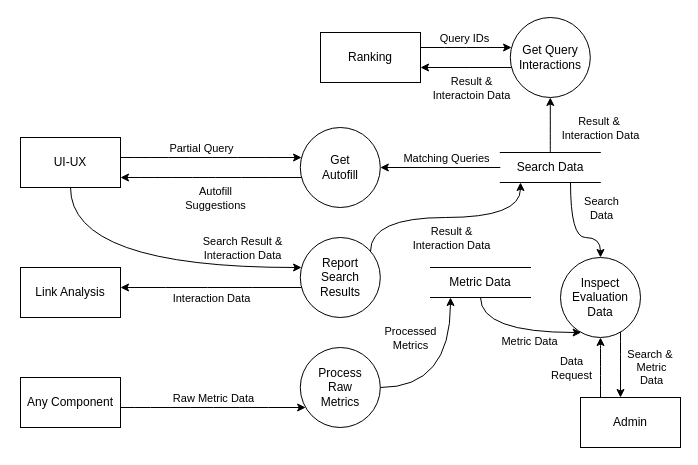
Before: Deliverable 2/DFDs/HighLevelDFD.drawio in justinottesen/LSPT-Evaluation, a draw.io diagram. Source tidied: cells renumbered, new cells numbered last; positions are measured from the earlier drawing's top-left corner, leaving out a move shared by most shapes. Both pictures are drawn from the tidied source at 100%, with x=0, y=0 at pixel (20, 17).
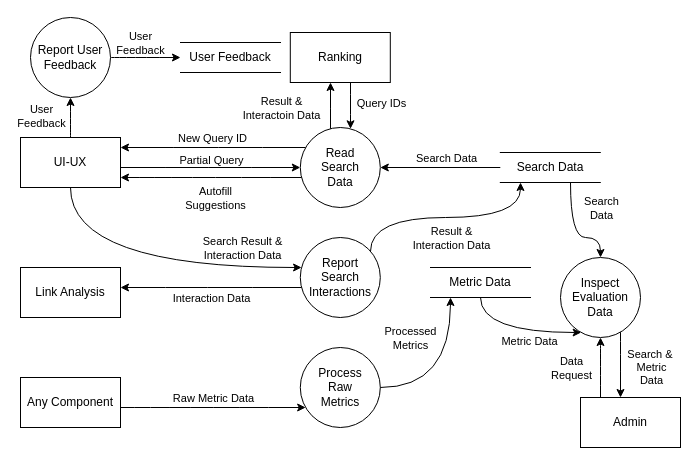
The same diagram, later.

Unchanged cells that the change refers to:
```xml
<mxCell id="2" value="UI-UX" style="rounded=0;whiteSpace=wrap;html=1;" parent="1" vertex="1">
  <mxGeometry y="120" width="100" height="50" as="geometry" />
</mxCell>
<mxCell id="6" value="Search Data" style="html=1;dashed=0;whiteSpace=wrap;shape=partialRectangle;right=0;left=0;" parent="1" vertex="1">
  <mxGeometry x="479.8" y="135" width="100" height="30" as="geometry" />
</mxCell>
<mxCell id="7" style="endArrow=classic;html=1;rounded=0;" parent="1" edge="1" source="6" target="3">
  <mxGeometry relative="1" as="geometry" />
</mxCell>
```

Diff of the diagram source:
```diff
@@
+    <mxCell id="44" style="edgeStyle=orthogonalEdgeStyle;curved=1;rounded=0;jettySize=auto;html=1;" parent="1" edge="1" source="2" target="51">
+      <mxGeometry relative="1" as="geometry" />
+    </mxCell>
+    <mxCell id="45" value="User&lt;div&gt;Feedback&lt;/div&gt;" style="edgeLabel;html=1;align=center;verticalAlign=middle;" parent="44" vertex="1">
+      <mxGeometry x="0.08" relative="1" as="geometry">
+        <mxPoint x="-30" as="offset" />
+      </mxGeometry>
+    </mxCell>
@@
+    <mxCell id="46" style="edgeStyle=orthogonalEdgeStyle;curved=1;rounded=0;jettySize=auto;html=1;" parent="1" edge="1" source="3" target="2">
+      <mxGeometry relative="1" as="geometry">
+        <Array as="points">
+          <mxPoint x="200" y="130" />
+          <mxPoint x="200" y="130" />
+        </Array>
+      </mxGeometry>
+    </mxCell>
+    <mxCell id="47" value="New Query ID" style="edgeLabel;html=1;align=center;verticalAlign=middle;" parent="46" vertex="1">
+      <mxGeometry x="-0.37" y="1" relative="1" as="geometry">
+        <mxPoint x="-36" y="-11" as="offset" />
+      </mxGeometry>
+    </mxCell>
-    <mxCell id="3" value="Get&lt;div&gt;Autofill&lt;/div&gt;" style="shape=ellipse;html=1;dashed=0;whiteSpace=wrap;perimeter=ellipsePerimeter;" parent="1" vertex="1">
+    <mxCell id="3" value="Read&lt;div&gt;Search&lt;/div&gt;&lt;div&gt;Data&lt;/div&gt;" style="shape=ellipse;html=1;dashed=0;whiteSpace=wrap;perimeter=ellipsePerimeter;" parent="1" vertex="1">
       <mxGeometry x="279.8" y="110" width="80" height="80" as="geometry" />
     </mxCell>
-    <mxCell id="4" style="edgeStyle=orthogonalEdgeStyle;curved=1;rounded=0;jettySize=auto;html=1;" parent="1" edge="1" source="6" target="40">
-      <mxGeometry relative="1" as="geometry">
-        <Array as="points">
-          <mxPoint x="530" y="50" />
-        </Array>
-      </mxGeometry>
-    </mxCell>
-    <mxCell id="5" value="Result &amp;amp;&amp;nbsp;&lt;div&gt;Interaction Data&lt;/div&gt;" style="edgeLabel;html=1;align=center;verticalAlign=middle;" parent="4" vertex="1">
-      <mxGeometry x="0.19" y="12" relative="1" as="geometry">
-        <mxPoint x="62" y="8" as="offset" />
-      </mxGeometry>
-    </mxCell>
@@
-    <mxCell id="8" value="Matching Queries" style="edgeLabel;html=1;align=center;verticalAlign=middle;" parent="7" vertex="1">
+    <mxCell id="8" value="Search Data" style="edgeLabel;html=1;align=center;verticalAlign=middle;" parent="7" vertex="1">
       <mxGeometry x="0.02" y="1" relative="1" as="geometry">
         <mxPoint x="7" y="-11" as="offset" />
       </mxGeometry>
     </mxCell>
     <mxCell id="9" style="curved=1;endArrow=classic;html=1;rounded=0;edgeStyle=orthogonalEdgeStyle;strokeColor=default;align=center;verticalAlign=middle;fontFamily=Helvetica;fontSize=11;fontColor=default;labelBackgroundColor=default;" parent="1" edge="1" source="2" target="3">
       <mxGeometry relative="1" as="geometry">
         <Array as="points">
-          <mxPoint x="150" y="140" />
-          <mxPoint x="150" y="140" />
+          <mxPoint x="190" y="150" />
+          <mxPoint x="190" y="150" />
         </Array>
       </mxGeometry>
     </mxCell>
     <mxCell id="10" value="Partial Query" style="edgeLabel;html=1;align=center;verticalAlign=middle;" parent="9" vertex="1">
       <mxGeometry x="-0.34" y="-1" relative="1" as="geometry">
-        <mxPoint x="20" y="-11" as="offset" />
+        <mxPoint x="31" y="-9" as="offset" />
       </mxGeometry>
     </mxCell>
@@
-    <mxCell id="13" value="Report&lt;div&gt;Search Results&lt;/div&gt;" style="shape=ellipse;html=1;dashed=0;whiteSpace=wrap;perimeter=ellipsePerimeter;" parent="1" vertex="1">
+    <mxCell id="13" value="Report&lt;div&gt;Search&lt;/div&gt;&lt;div&gt;Interactions&lt;/div&gt;" style="shape=ellipse;html=1;dashed=0;whiteSpace=wrap;perimeter=ellipsePerimeter;" parent="1" vertex="1">
       <mxGeometry x="279.8" y="220" width="80" height="80" as="geometry" />
     </mxCell>
@@
-    <mxCell id="38" style="edgeStyle=orthogonalEdgeStyle;curved=1;rounded=0;jettySize=auto;html=1;" parent="1" edge="1" source="40" target="43">
+    <mxCell id="38" style="edgeStyle=orthogonalEdgeStyle;curved=1;rounded=0;jettySize=auto;html=1;" parent="1" edge="1" source="3" target="43">
       <mxGeometry relative="1" as="geometry">
         <Array as="points">
-          <mxPoint x="450" y="50" />
-          <mxPoint x="450" y="50" />
+          <mxPoint x="310" y="90" />
+          <mxPoint x="310" y="90" />
         </Array>
       </mxGeometry>
     </mxCell>
     <mxCell id="39" value="Result &amp;amp;&lt;div&gt;Interactoin Data&lt;/div&gt;" style="edgeLabel;html=1;align=center;verticalAlign=middle;" parent="38" vertex="1">
       <mxGeometry x="0.1" y="7" relative="1" as="geometry">
-        <mxPoint x="9" y="13" as="offset" />
+        <mxPoint x="-43" y="4" as="offset" />
       </mxGeometry>
     </mxCell>
-    <mxCell id="40" value="Get Query Interactions" style="shape=ellipse;html=1;dashed=0;whiteSpace=wrap;perimeter=ellipsePerimeter;" parent="1" vertex="1">
-      <mxGeometry x="489.8" width="80" height="80" as="geometry" />
-    </mxCell>
-    <mxCell id="41" style="edgeStyle=orthogonalEdgeStyle;curved=1;rounded=0;jettySize=auto;html=1;" parent="1" edge="1" source="43" target="40">
+    <mxCell id="41" style="edgeStyle=orthogonalEdgeStyle;curved=1;rounded=0;jettySize=auto;html=1;" parent="1" edge="1" source="43" target="3">
       <mxGeometry relative="1" as="geometry">
         <Array as="points">
-          <mxPoint x="450" y="30" />
-          <mxPoint x="450" y="30" />
+          <mxPoint x="330" y="90" />
+          <mxPoint x="330" y="90" />
         </Array>
       </mxGeometry>
     </mxCell>
     <mxCell id="42" value="Query IDs" style="edgeLabel;html=1;align=center;verticalAlign=middle;" parent="41" vertex="1">
       <mxGeometry x="-0.06" y="4" relative="1" as="geometry">
-        <mxPoint y="-6" as="offset" />
+        <mxPoint x="26" y="-2" as="offset" />
       </mxGeometry>
     </mxCell>
     <mxCell id="43" value="Ranking" style="rounded=0;whiteSpace=wrap;html=1;" parent="1" vertex="1">
-      <mxGeometry x="300" y="15" width="100" height="50" as="geometry" />
+      <mxGeometry x="269.8" y="15" width="100" height="50" as="geometry" />
     </mxCell>
+    <mxCell id="48" value="User Feedback" style="html=1;dashed=0;whiteSpace=wrap;shape=partialRectangle;right=0;left=0;" parent="1" vertex="1">
+      <mxGeometry x="160" y="25" width="100" height="30" as="geometry" />
+    </mxCell>
+    <mxCell id="49" style="edgeStyle=orthogonalEdgeStyle;curved=1;rounded=0;jettySize=auto;html=1;" parent="1" edge="1" source="51" target="48">
+      <mxGeometry relative="1" as="geometry" />
+    </mxCell>
+    <mxCell id="50" value="User&lt;div&gt;Feedback&lt;/div&gt;" style="edgeLabel;html=1;align=center;verticalAlign=middle;" parent="49" vertex="1">
+      <mxGeometry x="-0.42" y="1" relative="1" as="geometry">
+        <mxPoint x="9" y="-14" as="offset" />
+      </mxGeometry>
+    </mxCell>
+    <mxCell id="51" value="Report User Feedback" style="shape=ellipse;html=1;dashed=0;whiteSpace=wrap;perimeter=ellipsePerimeter;" parent="1" vertex="1">
+      <mxGeometry x="10" width="80" height="80" as="geometry" />
+    </mxCell>
```
